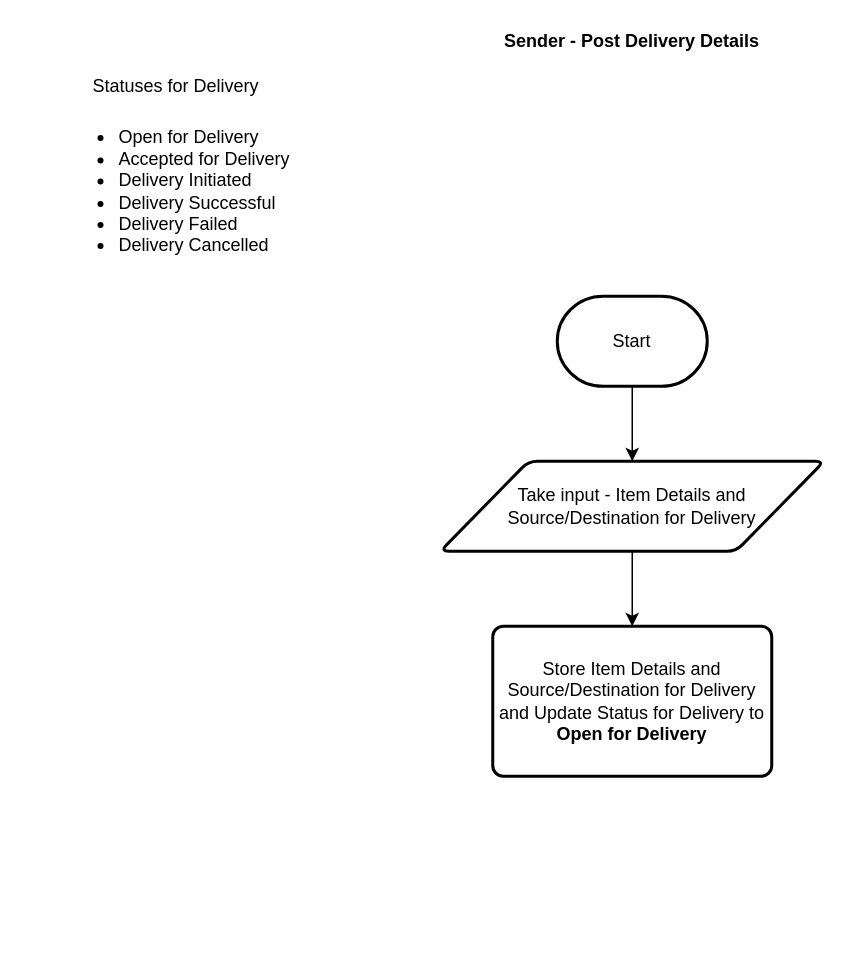
Earlier version of the draw.io diagram Sender - Post Delivery Details.drawio (CourierPanda/flow-chart-diagrams). Source tidied: cells renumbered, new cells numbered last; positions are measured from the earlier drawing's top-left corner, leaving out a move shared by most shapes. Both pictures are drawn from the tidied source at 150%, with x=0, y=0 at pixel (26, 26).
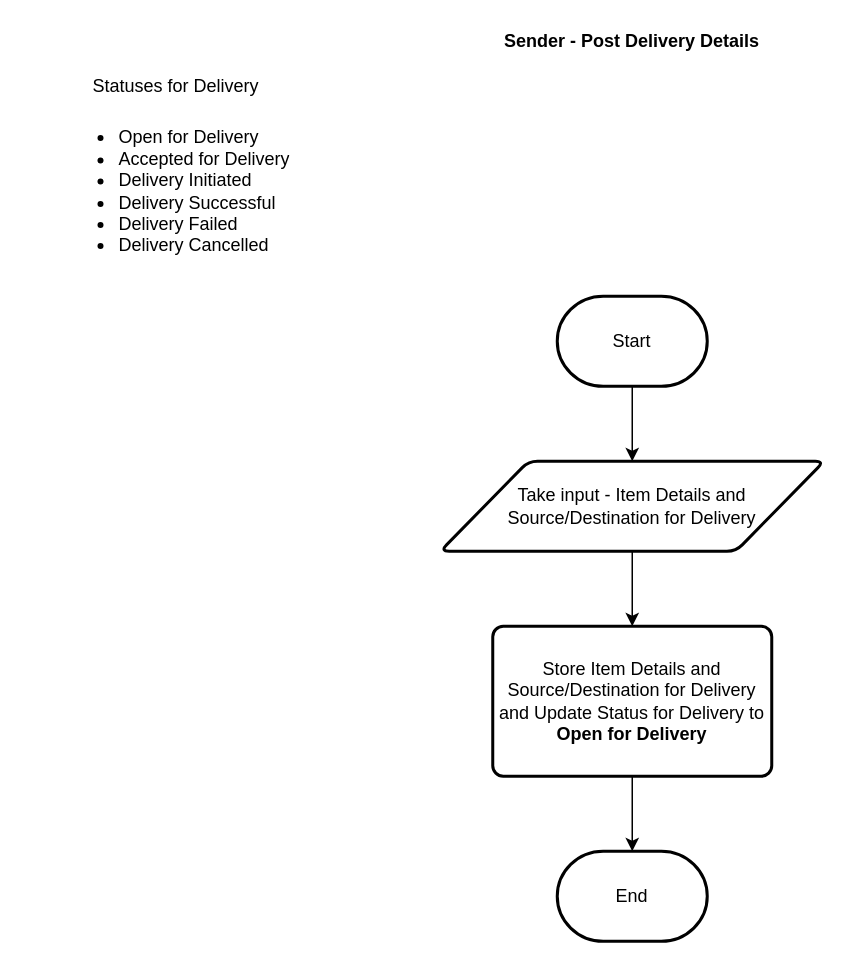
The same diagram, later.

Change to the diagram source:
```diff
@@
 <mxGraphModel>
   <root>
     <mxCell id="0" />
     <mxCell id="1" parent="0" />
     <mxCell id="2" style="edgeStyle=orthogonalEdgeStyle;rounded=0;jettySize=auto;html=1;exitX=0.5;exitY=1;exitDx=0;exitDy=0;exitPerimeter=0;entryX=0.5;entryY=0;entryDx=0;entryDy=0;" parent="1" edge="1" source="3" target="4">
       <mxGeometry relative="1" as="geometry" />
     </mxCell>
     <mxCell id="3" value="Start" style="strokeWidth=2;html=1;shape=mxgraph.flowchart.terminator;whiteSpace=wrap;" parent="1" vertex="1">
       <mxGeometry x="354" y="180" width="100" height="60" as="geometry" />
     </mxCell>
     <mxCell id="4" value="Take input - Item Details and&lt;br&gt;Source/Destination for Delivery" style="shape=parallelogram;html=1;strokeWidth=2;perimeter=parallelogramPerimeter;whiteSpace=wrap;rounded=1;arcSize=12;size=0.23;" parent="1" vertex="1">
       <mxGeometry x="276" y="290" width="256" height="60" as="geometry" />
     </mxCell>
     <mxCell id="5" value="Store Item Details and&lt;br&gt;Source/Destination for Delivery and Update Status for Delivery to &lt;b&gt;Open for Delivery&lt;/b&gt;" style="rounded=1;whiteSpace=wrap;html=1;absoluteArcSize=1;arcSize=14;strokeWidth=2;" parent="1" vertex="1">
       <mxGeometry x="311" y="400" width="186" height="100" as="geometry" />
     </mxCell>
     <mxCell id="6" style="endArrow=classic;html=1;exitX=0.5;exitY=1;exitDx=0;exitDy=0;entryX=0.5;entryY=0;entryDx=0;entryDy=0;" parent="1" edge="1" source="4" target="5">
       <mxGeometry relative="1" as="geometry" />
     </mxCell>
     <mxCell id="7" value="&lt;ul&gt;&lt;li&gt;Open for Delivery&lt;/li&gt;&lt;li&gt;Accepted for Delivery&lt;/li&gt;&lt;li&gt;Delivery Initiated&lt;/li&gt;&lt;li&gt;Delivery Successful&lt;/li&gt;&lt;li&gt;Delivery Failed&lt;/li&gt;&lt;li&gt;Delivery Cancelled&lt;/li&gt;&lt;/ul&gt;" style="text;strokeColor=none;fillColor=none;html=1;whiteSpace=wrap;verticalAlign=middle;overflow=hidden;" parent="1" vertex="1">
       <mxGeometry x="20" y="50" width="190" height="120" as="geometry" />
     </mxCell>
     <mxCell id="8" value="Sender - Post Delivery Details" style="text;html=1;strokeColor=none;fillColor=none;align=center;verticalAlign=middle;whiteSpace=wrap;rounded=0;fontStyle=1;" parent="1" vertex="1">
       <mxGeometry x="281" width="246" height="20" as="geometry" />
     </mxCell>
     <mxCell id="9" value="Statuses for Delivery" style="text;html=1;strokeColor=none;fillColor=none;align=center;verticalAlign=middle;whiteSpace=wrap;rounded=0;" parent="1" vertex="1">
       <mxGeometry y="30" width="200" height="20" as="geometry" />
     </mxCell>
+    <mxCell id="10" value="End" style="strokeWidth=2;html=1;shape=mxgraph.flowchart.terminator;whiteSpace=wrap;" parent="1" vertex="1">
+      <mxGeometry x="354" y="550" width="100" height="60" as="geometry" />
+    </mxCell>
+    <mxCell id="11" style="endArrow=classic;html=1;exitX=0.5;exitY=1;exitDx=0;exitDy=0;entryX=0.5;entryY=0;entryDx=0;entryDy=0;entryPerimeter=0;" parent="1" edge="1" source="5" target="10">
+      <mxGeometry relative="1" as="geometry" />
+    </mxCell>
   </root>
 </mxGraphModel>
```
